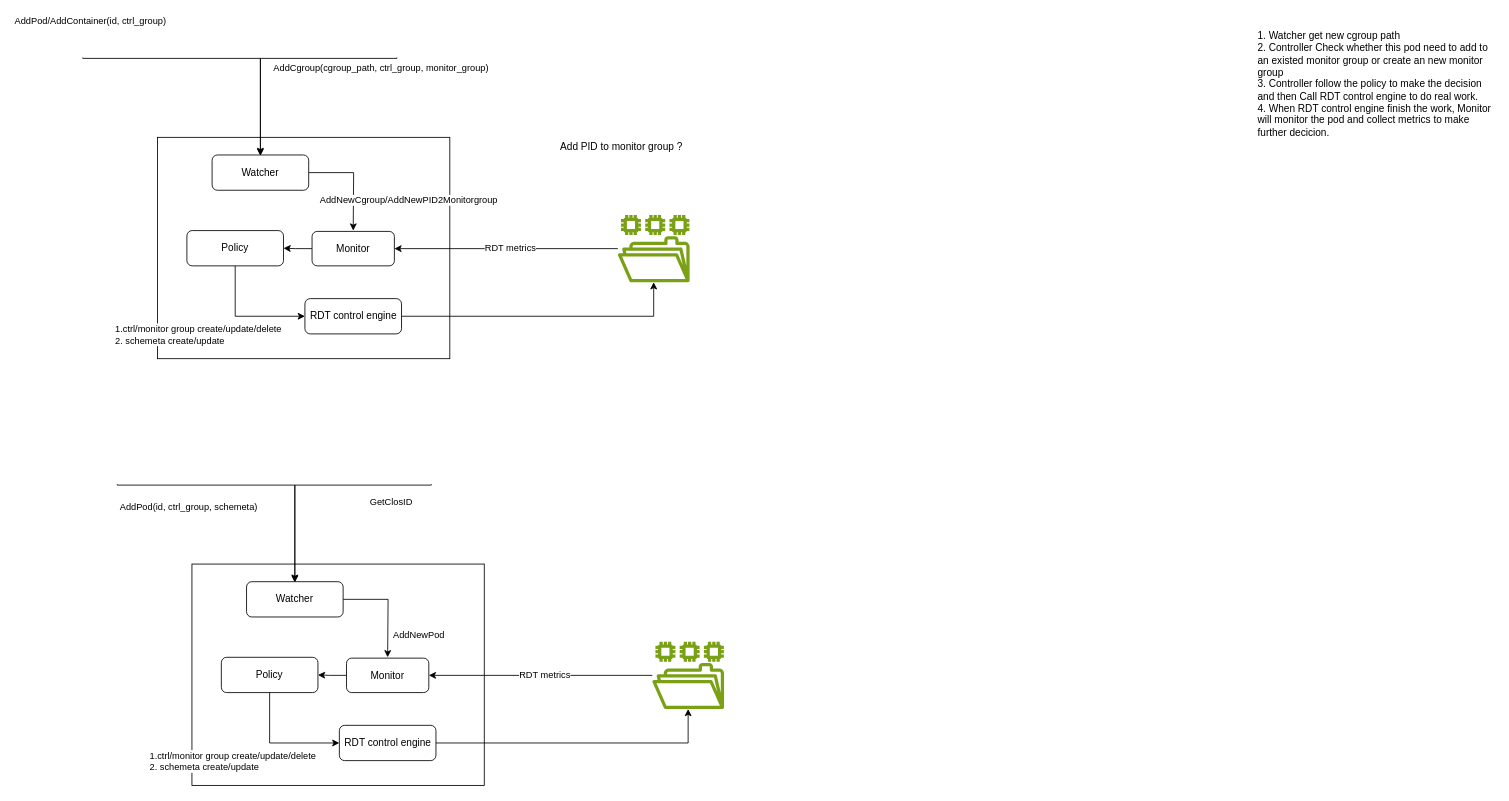
kangclzjc/koordinator keeps this draw.io diagram as page "第 6 页 的副本" (8 of 9) of docs/proposals/koordinator_rdt.drawio. Above is the earlier version. Source tidied: cells renumbered, new cells numbered last; positions are measured from the earlier drawing's top-left corner, leaving out a move shared by most shapes. Both pictures are drawn from the tidied source at 84%, with x=0, y=0 at pixel (82, 51).
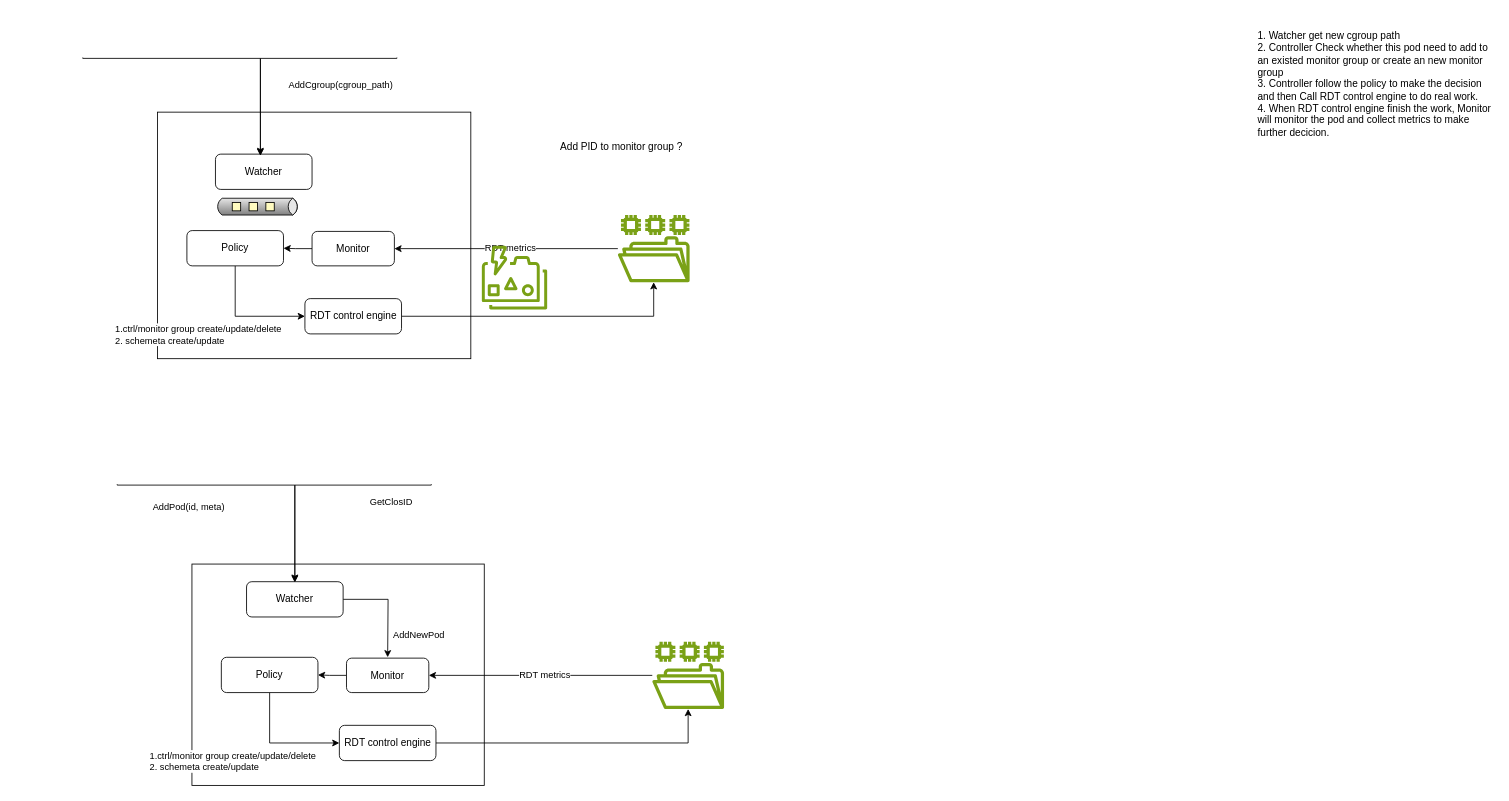
The same diagram, later.

The change refers to these unchanged cells:
```xml
<mxCell id="17" style="edgeStyle=orthogonalEdgeStyle;rounded=0;orthogonalLoop=1;jettySize=auto;html=1;" parent="1" edge="1">
  <mxGeometry relative="1" as="geometry">
    <mxPoint y="7" as="sourcePoint" />
    <mxPoint x="211.5" y="123" as="targetPoint" />
    <Array as="points">
      <mxPoint y="8" />
      <mxPoint x="212" y="8" />
    </Array>
  </mxGeometry>
</mxCell>
<mxCell id="19" style="edgeStyle=orthogonalEdgeStyle;rounded=0;orthogonalLoop=1;jettySize=auto;html=1;entryX=0.5;entryY=0;entryDx=0;entryDy=0;" parent="1" edge="1">
  <mxGeometry relative="1" as="geometry">
    <mxPoint x="374" y="7" as="sourcePoint" />
    <mxPoint x="211.5" y="124" as="targetPoint" />
    <Array as="points">
      <mxPoint x="374" y="8" />
      <mxPoint x="212" y="8" />
    </Array>
  </mxGeometry>
</mxCell>
<mxCell id="35" style="edgeStyle=orthogonalEdgeStyle;rounded=0;orthogonalLoop=1;jettySize=auto;html=1;" parent="1" edge="1">
  <mxGeometry relative="1" as="geometry">
    <mxPoint x="41" y="515" as="sourcePoint" />
    <mxPoint x="252.5" y="631" as="targetPoint" />
    <Array as="points">
      <mxPoint x="41" y="516" />
      <mxPoint x="253" y="516" />
    </Array>
  </mxGeometry>
</mxCell>
```

What changed in the source:
```diff
@@
     <mxCell id="2" style="rounded=0;whiteSpace=wrap;html=1;" parent="1" vertex="1">
-      <mxGeometry x="89" y="102" width="348" height="263.5" as="geometry" />
+      <mxGeometry x="89" y="72" width="373" height="293.5" as="geometry" />
     </mxCell>
-    <mxCell id="3" style="edgeStyle=orthogonalEdgeStyle;rounded=0;jettySize=auto;html=1;" parent="1" edge="1" source="5">
-      <mxGeometry relative="1" as="geometry">
-        <mxPoint x="322" y="213" as="targetPoint" />
-      </mxGeometry>
-    </mxCell>
-    <mxCell id="4" value="AddNewCgroup/AddNewPID2Monitorgroup" style="edgeLabel;html=1;align=center;verticalAlign=middle;" parent="3" vertex="1">
-      <mxGeometry x="-0.28" y="1" relative="1" as="geometry">
-        <mxPoint x="74" y="33" as="offset" />
-      </mxGeometry>
-    </mxCell>
     <mxCell id="5" value="Watcher" style="rounded=1;whiteSpace=wrap;html=1;" parent="1" vertex="1">
-      <mxGeometry x="154" y="123" width="115" height="42" as="geometry" />
+      <mxGeometry x="158" y="122" width="115" height="42" as="geometry" />
     </mxCell>
@@
-    <mxCell id="18" value="AddPod/AddContainer(id, ctrl_group)" style="edgeLabel;html=1;align=center;verticalAlign=middle;" parent="17" vertex="1">
-      <mxGeometry x="-0.3" y="-2" relative="1" as="geometry">
-        <mxPoint x="-106" y="-48" as="offset" />
-      </mxGeometry>
-    </mxCell>
@@
-    <mxCell id="20" value="AddCgroup(cgroup_path, ctrl_group, monitor_group)" style="edgeLabel;html=1;align=center;verticalAlign=middle;" parent="19" vertex="1">
+    <mxCell id="20" value="AddCgroup(cgroup_path)" style="edgeLabel;html=1;align=center;verticalAlign=middle;" parent="19" vertex="1">
       <mxGeometry x="-0.4" y="-1" relative="1" as="geometry">
-        <mxPoint x="63" y="12" as="offset" />
+        <mxPoint x="15" y="32" as="offset" />
       </mxGeometry>
     </mxCell>
@@
-    <mxCell id="36" value="AddPod(id, ctrl_group, schemeta)" style="edgeLabel;html=1;align=center;verticalAlign=middle;" parent="35" vertex="1">
+    <mxCell id="36" value="AddPod(id, meta)" style="edgeLabel;html=1;align=center;verticalAlign=middle;" parent="35" vertex="1">
       <mxGeometry x="-0.3" y="-2" relative="1" as="geometry">
         <mxPoint x="-30" y="23" as="offset" />
       </mxGeometry>
     </mxCell>
@@
+    <mxCell id="40" style="sketch=0;fontColor=#232F3E;gradientColor=none;fillColor=#7AA116;strokeColor=none;dashed=0;verticalLabelPosition=bottom;verticalAlign=top;align=center;html=1;fontSize=12;fontStyle=0;shape=mxgraph.aws4.elastic_file_system_elastic_throughput;" parent="1" vertex="1">
+      <mxGeometry x="475" y="231" width="78" height="76" as="geometry" />
+    </mxCell>
+    <mxCell id="41" style="strokeWidth=1;dashed=0;align=center;html=1;fontSize=8;shape=mxgraph.eip.dataChannel;verticalLabelPosition=bottom;labelBackgroundColor=#ffffff;verticalAlign=top;" parent="1" vertex="1">
+      <mxGeometry x="158" y="174.5" width="100" height="20" as="geometry" />
+    </mxCell>
```
